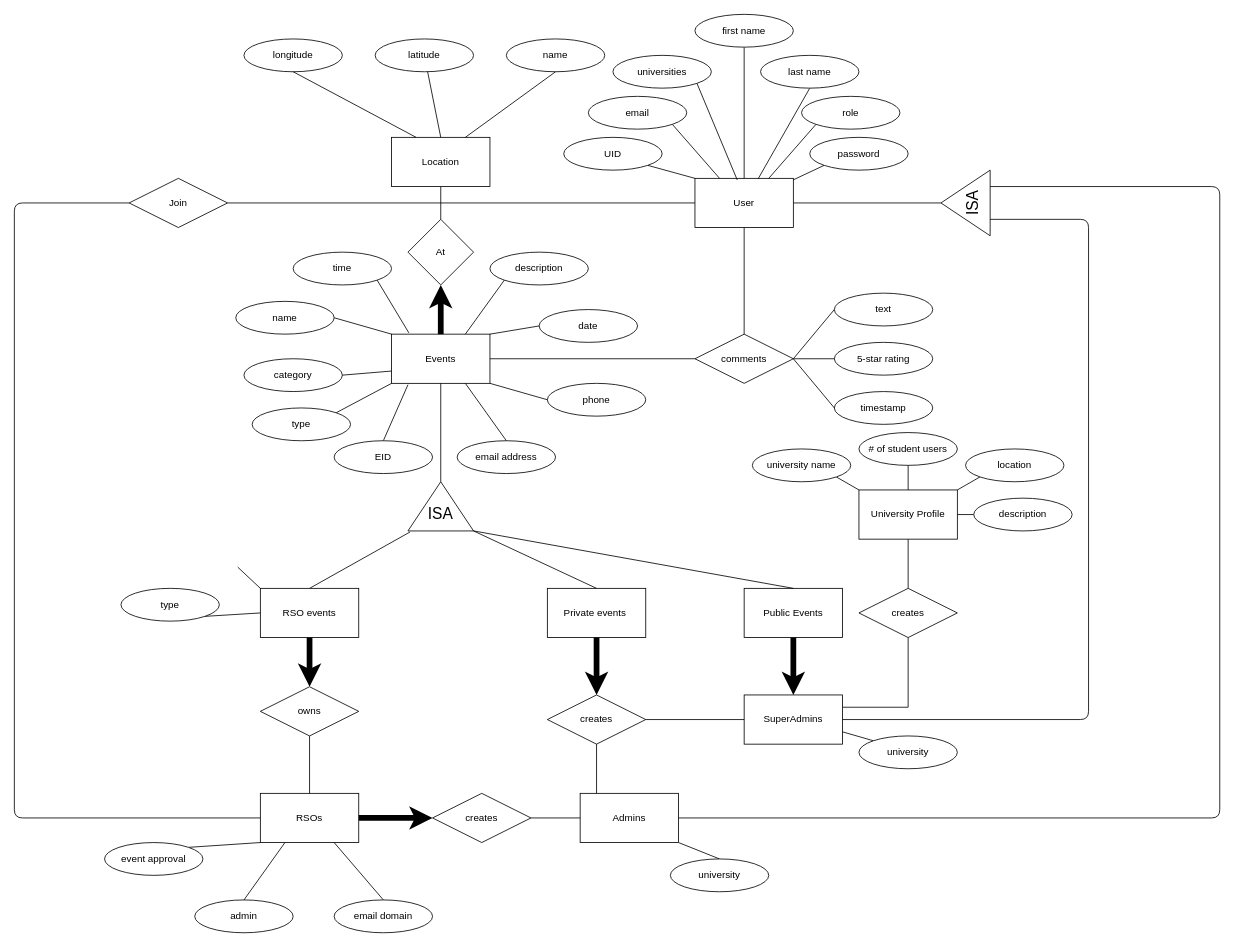
This is resources/draft_designs/Er_diagram.drawio from JuleeyG/CollegeEventWebsite, a draw.io file, before an edit. Source tidied: cells renumbered, new cells numbered last; positions are measured from the earlier drawing's top-left corner, leaving out a move shared by most shapes. Both pictures are drawn from the tidied source at 82%, with x=0, y=0 at pixel (14, 14).
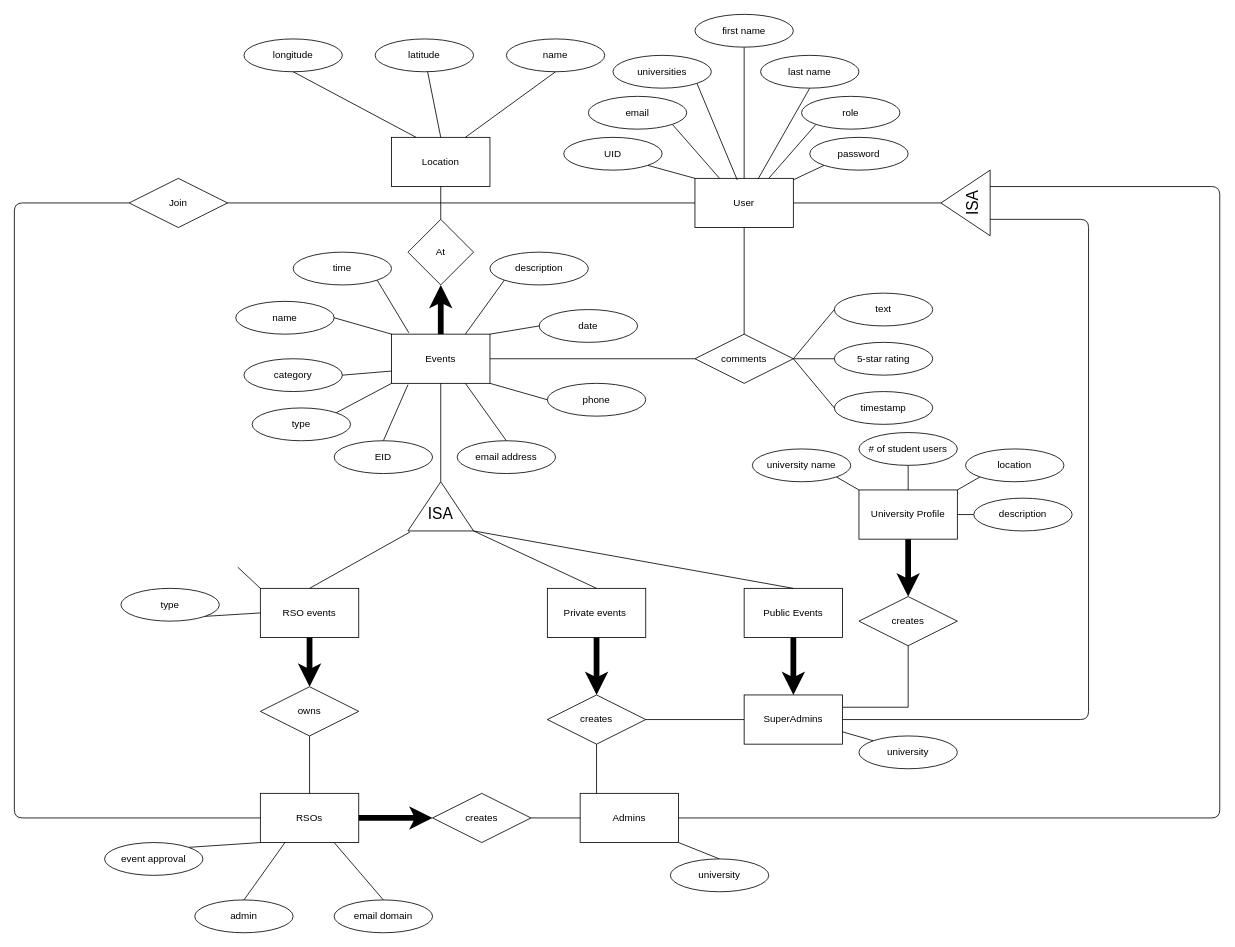
The same page after the edit.

Commit message:
Update university profile entity

Unchanged cells that the change refers to:
```xml
<mxCell id="100" value="University Profile" style="rounded=0;whiteSpace=wrap;html=1;" parent="1" vertex="1">
  <mxGeometry x="1030" y="580" width="120" height="60" as="geometry" />
</mxCell>
```

Change to the diagram source:
```diff
@@
+    <mxCell id="112" style="edgeStyle=none;rounded=1;jettySize=auto;html=1;endArrow=classic;endFill=1;strokeWidth=7;" parent="1" edge="1" source="100" target="111">
+      <mxGeometry relative="1" as="geometry" />
+    </mxCell>
@@
-    <mxCell id="110" style="edgeStyle=orthogonalEdgeStyle;rounded=0;jettySize=auto;html=1;exitX=0.5;exitY=0;exitDx=0;exitDy=0;entryX=0.5;entryY=1;entryDx=0;entryDy=0;endArrow=none;endFill=0;" parent="1" edge="1" source="111" target="100">
-      <mxGeometry relative="1" as="geometry" />
-    </mxCell>
     <mxCell id="111" value="creates" style="rhombus;whiteSpace=wrap;html=1;" parent="1" vertex="1">
-      <mxGeometry x="1030" y="700" width="120" height="60" as="geometry" />
+      <mxGeometry x="1030" y="710" width="120" height="60" as="geometry" />
     </mxCell>
```
